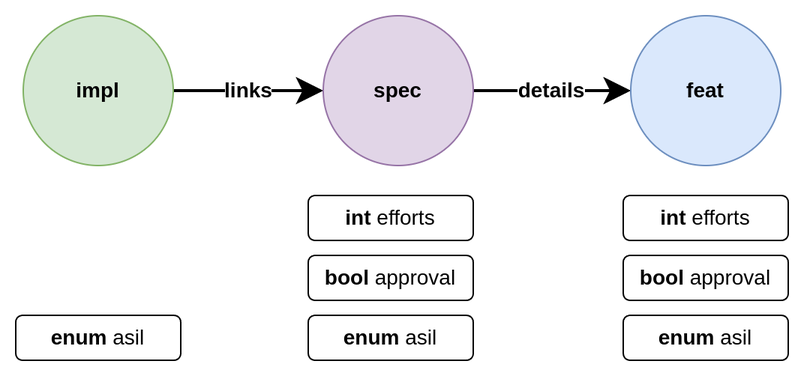
Earlier version of the draw.io export docs/schema/01_basic_setup.drawio.png (useblocks/sphinx-needs). Source tidied: cells renumbered, new cells last; positions are measured from the earlier drawing's top-left corner, leaving out a move shared by most shapes.
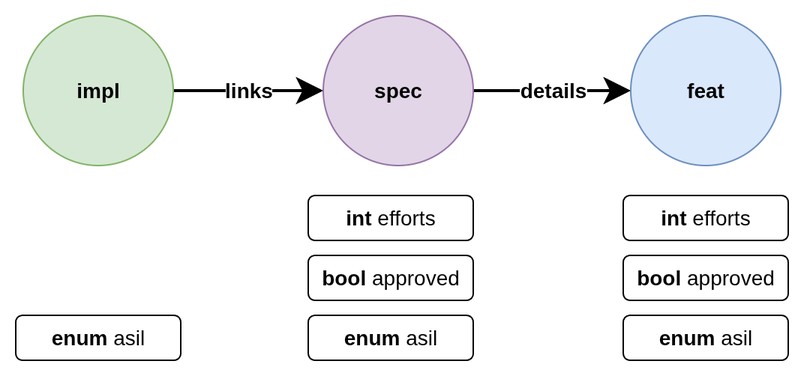
After the change.

The edit, as a diff of the source:
```diff
@@ -20,7 +20,7 @@
     <mxCell id="7" value="&lt;b&gt;int&lt;/b&gt;&amp;nbsp;efforts" style="rounded=1;whiteSpace=wrap;html=1;fontFamily=Helvetica;fontSize=14;fontColor=default;labelBackgroundColor=default;" parent="1" vertex="1">
       <mxGeometry x="195" y="120" width="110" height="30" as="geometry" />
     </mxCell>
-    <mxCell id="8" value="&lt;b&gt;bool&lt;/b&gt;&amp;nbsp;approval" style="rounded=1;whiteSpace=wrap;html=1;fontFamily=Helvetica;fontSize=14;fontColor=default;labelBackgroundColor=default;" parent="1" vertex="1">
+    <mxCell id="8" value="&lt;b&gt;bool&lt;/b&gt;&amp;nbsp;approved" style="rounded=1;whiteSpace=wrap;html=1;fontFamily=Helvetica;fontSize=14;fontColor=default;labelBackgroundColor=default;" parent="1" vertex="1">
       <mxGeometry x="195" y="160" width="110" height="30" as="geometry" />
     </mxCell>
     <mxCell id="9" value="&lt;b&gt;enum&lt;/b&gt;&amp;nbsp;asil" style="rounded=1;whiteSpace=wrap;html=1;fontFamily=Helvetica;fontSize=14;fontColor=default;labelBackgroundColor=default;" parent="1" vertex="1">
@@ -32,7 +32,7 @@
     <mxCell id="11" value="&lt;b&gt;int&lt;/b&gt;&amp;nbsp;efforts" style="rounded=1;whiteSpace=wrap;html=1;fontFamily=Helvetica;fontSize=14;fontColor=default;labelBackgroundColor=default;" parent="1" vertex="1">
       <mxGeometry x="405" y="120" width="110" height="30" as="geometry" />
     </mxCell>
-    <mxCell id="12" value="&lt;b&gt;bool&lt;/b&gt;&amp;nbsp;approval" style="rounded=1;whiteSpace=wrap;html=1;fontFamily=Helvetica;fontSize=14;fontColor=default;labelBackgroundColor=default;" parent="1" vertex="1">
+    <mxCell id="12" value="&lt;b&gt;bool&lt;/b&gt;&amp;nbsp;approved" style="rounded=1;whiteSpace=wrap;html=1;fontFamily=Helvetica;fontSize=14;fontColor=default;labelBackgroundColor=default;" parent="1" vertex="1">
       <mxGeometry x="405" y="160" width="110" height="30" as="geometry" />
     </mxCell>
     <mxCell id="13" value="&lt;b&gt;enum&lt;/b&gt;&amp;nbsp;asil" style="rounded=1;whiteSpace=wrap;html=1;fontFamily=Helvetica;fontSize=14;fontColor=default;labelBackgroundColor=default;" parent="1" vertex="1">
```
